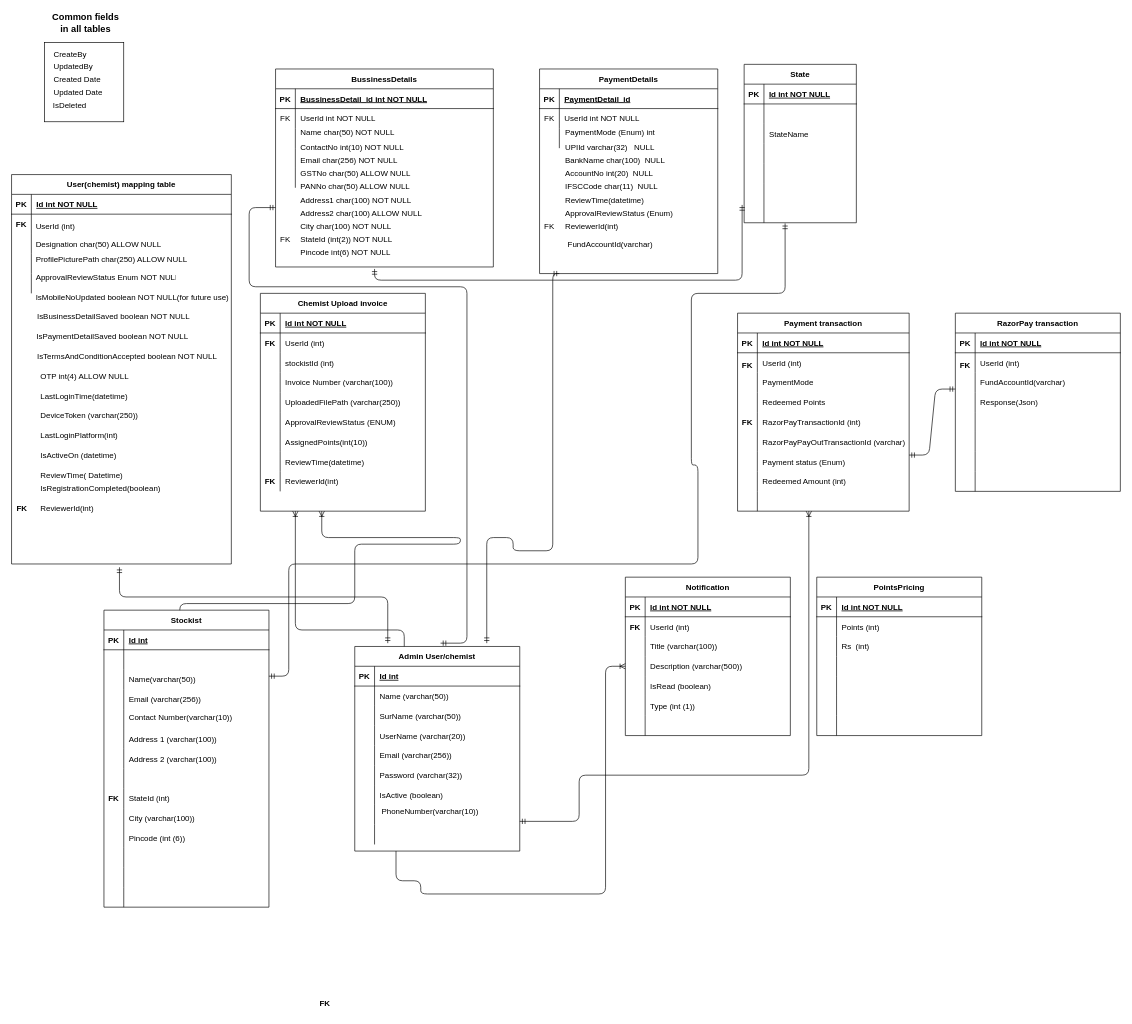
NirikshaSoni/TestProject keeps this draw.io diagram as ProfitorERD.drawio. Above is the earlier version. Source tidied: cells renumbered, new cells numbered last; positions are measured from the earlier drawing's top-left corner, leaving out a move shared by most shapes. Both pictures are drawn from the tidied source at 66%, with x=0, y=0 at pixel (11, 16).
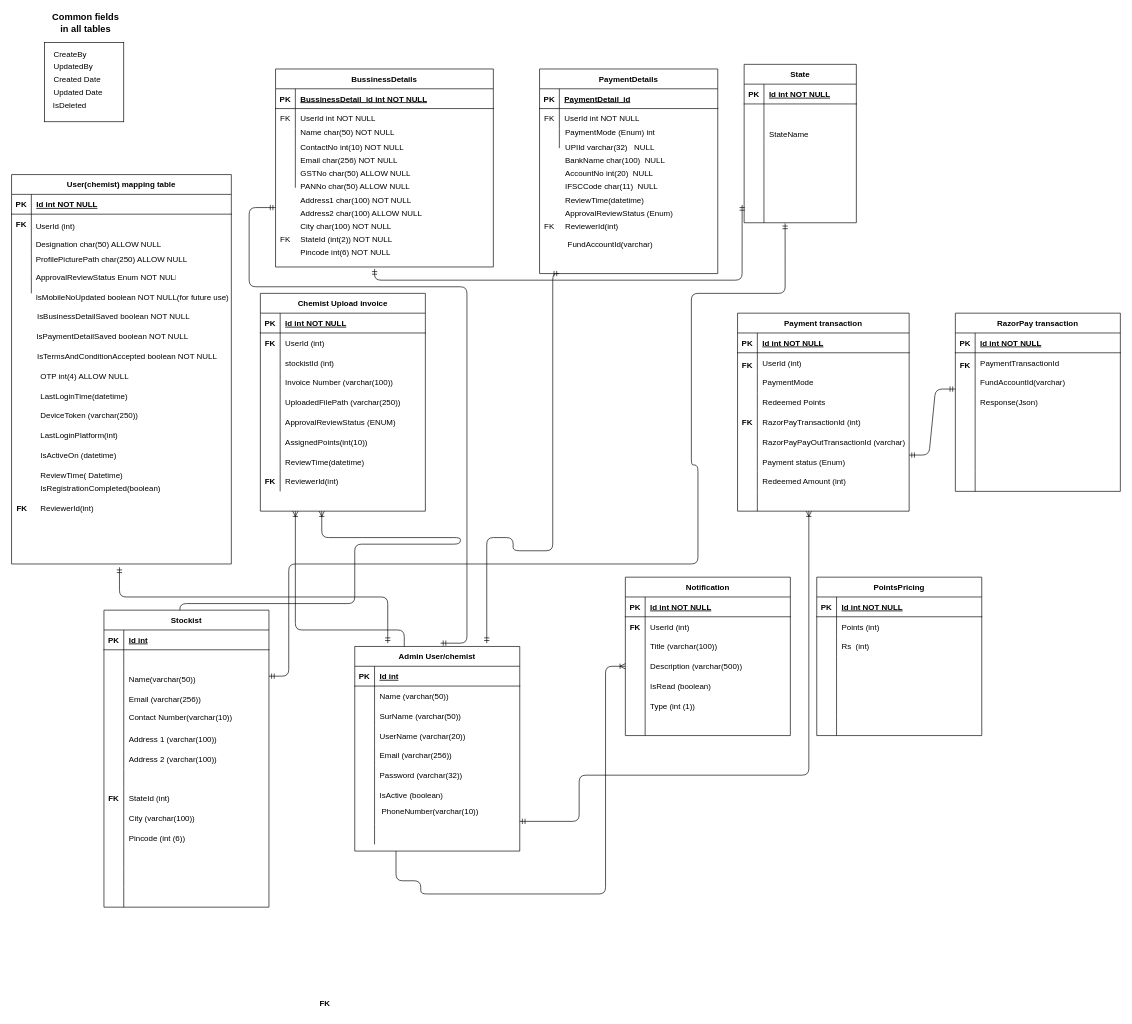
The same page after the edit.

Unchanged cells that the change refers to:
```xml
<mxCell id="305" style="shape=partialRectangle;fillColor=none;top=0;left=0;right=0;bottom=0;" parent="301" vertex="1">
  <mxGeometry y="60" width="250" height="30" as="geometry" />
</mxCell>
```

What changed in the source:
```diff
@@
-    <mxCell id="307" value="UserId (int)" style="shape=partialRectangle;overflow=hidden;fillColor=none;top=0;left=0;bottom=0;right=0;align=left;spacingLeft=6;" parent="305" vertex="1">
+    <mxCell id="307" value="PaymentTransactionId" style="shape=partialRectangle;overflow=hidden;fillColor=none;top=0;left=0;bottom=0;right=0;align=left;spacingLeft=6;" parent="305" vertex="1">
       <mxGeometry x="30" width="220" height="30" as="geometry" />
     </mxCell>
```
